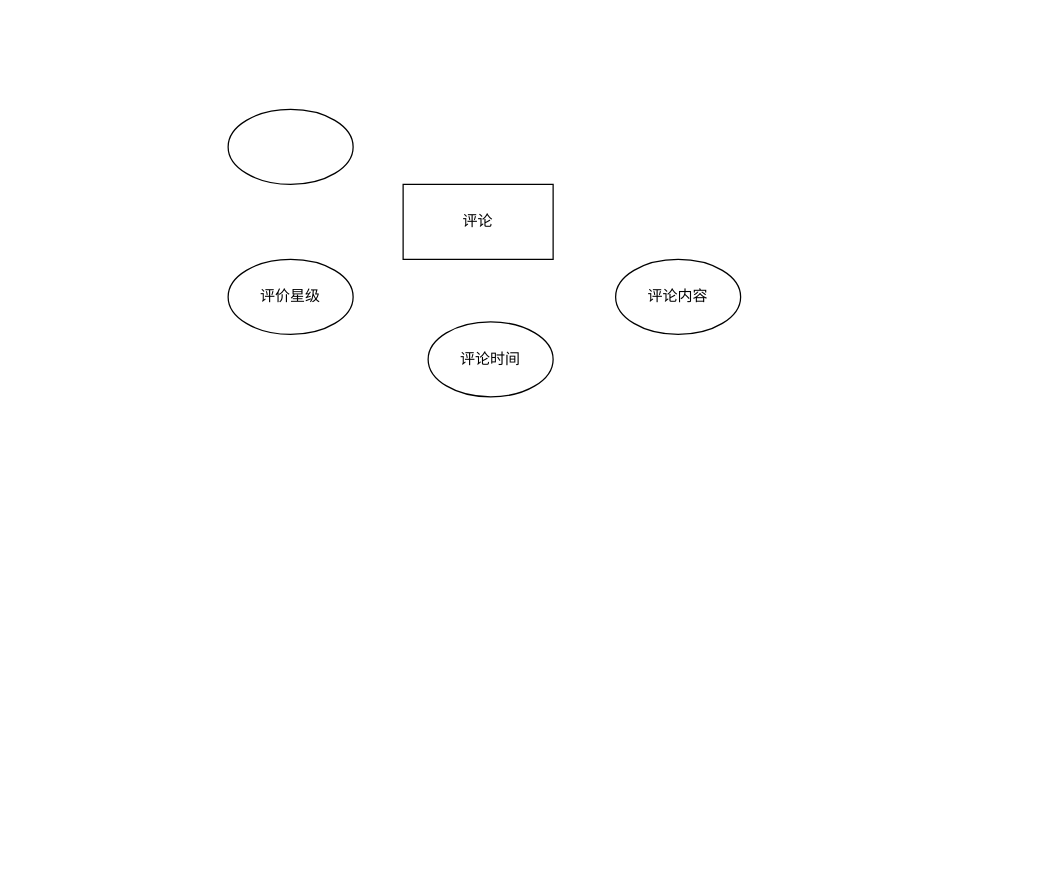
tangbaoabo/drad keeps this draw.io diagram as page "第 1 页" (1 of 3) of 未命名表单.drawio. Above is the earlier version. Source tidied: cells renumbered, new cells numbered last; positions are measured from the earlier drawing's top-left corner, leaving out a move shared by most shapes. Both pictures are drawn from the tidied source at 125%, with x=0, y=0 at pixel (228, 109).
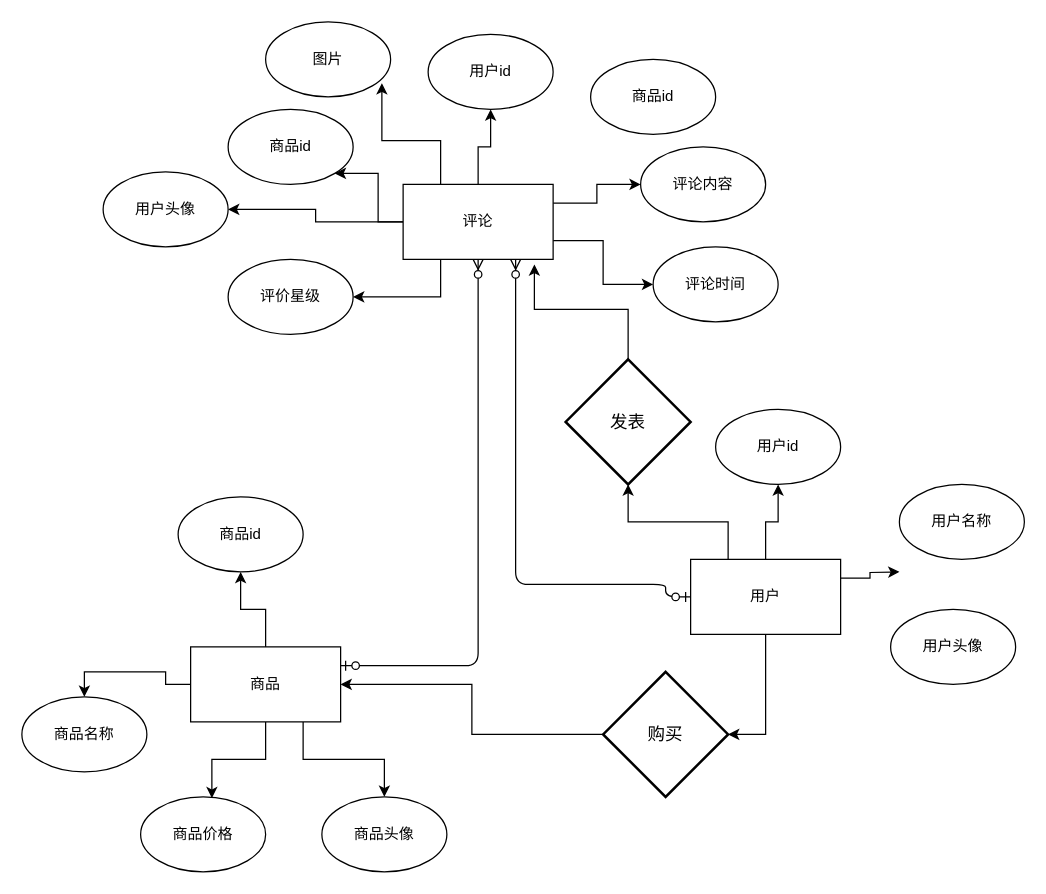
Above is the later version.

Commit message:
更新未命名表单.drawio

The change refers to these unchanged cells:
```xml
<mxCell id="2" value="评论" style="rounded=0;whiteSpace=wrap;html=1;" parent="1" vertex="1">
  <mxGeometry x="140" y="60" width="120" height="60" as="geometry" />
</mxCell>
<mxCell id="5" value="评价星级" style="ellipse;whiteSpace=wrap;html=1;" parent="1" vertex="1">
  <mxGeometry y="120" width="100" height="60" as="geometry" />
</mxCell>
```

What changed in the source:
```diff
@@
+    <mxCell id="7" style="edgeStyle=orthogonalEdgeStyle;rounded=0;jettySize=auto;html=1;exitX=0.5;exitY=0;exitDx=0;exitDy=0;" parent="1" edge="1" source="2" target="14">
+      <mxGeometry relative="1" as="geometry" />
+    </mxCell>
+    <mxCell id="8" style="edgeStyle=orthogonalEdgeStyle;rounded=0;jettySize=auto;html=1;exitX=0;exitY=0.5;exitDx=0;exitDy=0;entryX=1;entryY=1;entryDx=0;entryDy=0;" parent="1" edge="1" source="2" target="6">
+      <mxGeometry relative="1" as="geometry" />
+    </mxCell>
+    <mxCell id="9" style="edgeStyle=orthogonalEdgeStyle;rounded=0;jettySize=auto;html=1;exitX=0.25;exitY=1;exitDx=0;exitDy=0;entryX=1;entryY=0.5;entryDx=0;entryDy=0;" parent="1" edge="1" source="2" target="5">
+      <mxGeometry relative="1" as="geometry" />
+    </mxCell>
+    <mxCell id="10" style="edgeStyle=orthogonalEdgeStyle;rounded=0;jettySize=auto;html=1;exitX=1;exitY=0.75;exitDx=0;exitDy=0;entryX=0;entryY=0.5;entryDx=0;entryDy=0;" parent="1" edge="1" source="2" target="3">
+      <mxGeometry relative="1" as="geometry" />
+    </mxCell>
+    <mxCell id="11" style="edgeStyle=orthogonalEdgeStyle;rounded=0;jettySize=auto;html=1;exitX=1;exitY=0.25;exitDx=0;exitDy=0;entryX=0;entryY=0.5;entryDx=0;entryDy=0;" parent="1" edge="1" source="2" target="4">
+      <mxGeometry relative="1" as="geometry" />
+    </mxCell>
+    <mxCell id="12" style="edgeStyle=orthogonalEdgeStyle;rounded=0;jettySize=auto;html=1;exitX=0;exitY=0.5;exitDx=0;exitDy=0;entryX=1;entryY=0.5;entryDx=0;entryDy=0;" parent="1" edge="1" source="2" target="34">
+      <mxGeometry relative="1" as="geometry" />
+    </mxCell>
+    <mxCell id="13" style="edgeStyle=orthogonalEdgeStyle;rounded=0;jettySize=auto;html=1;exitX=0.25;exitY=0;exitDx=0;exitDy=0;entryX=0.93;entryY=0.817;entryDx=0;entryDy=0;entryPerimeter=0;" parent="1" edge="1" source="2" target="33">
+      <mxGeometry relative="1" as="geometry" />
+    </mxCell>
@@
     <mxCell id="3" value="评论时间" style="ellipse;whiteSpace=wrap;html=1;" parent="1" vertex="1">
-      <mxGeometry x="160" y="170" width="100" height="60" as="geometry" />
+      <mxGeometry x="340" y="110" width="100" height="60" as="geometry" />
     </mxCell>
     <mxCell id="4" value="评论内容" style="ellipse;whiteSpace=wrap;html=1;" parent="1" vertex="1">
-      <mxGeometry x="310" y="120" width="100" height="60" as="geometry" />
+      <mxGeometry x="330" y="30" width="100" height="60" as="geometry" />
     </mxCell>
@@
-    <mxCell id="6" style="ellipse;whiteSpace=wrap;html=1;" parent="1" vertex="1">
+    <mxCell id="6" value="商品id" style="ellipse;whiteSpace=wrap;html=1;" parent="1" vertex="1">
       <mxGeometry width="100" height="60" as="geometry" />
     </mxCell>
+    <mxCell id="14" value="用户id" style="ellipse;whiteSpace=wrap;html=1;" parent="1" vertex="1">
+      <mxGeometry x="160" y="-60" width="100" height="60" as="geometry" />
+    </mxCell>
+    <mxCell id="15" style="edgeStyle=orthogonalEdgeStyle;rounded=0;jettySize=auto;html=1;exitX=0.5;exitY=0;exitDx=0;exitDy=0;entryX=0.5;entryY=1;entryDx=0;entryDy=0;" parent="1" edge="1" source="19" target="20">
+      <mxGeometry relative="1" as="geometry" />
+    </mxCell>
+    <mxCell id="16" style="edgeStyle=orthogonalEdgeStyle;rounded=0;jettySize=auto;html=1;exitX=0;exitY=0.5;exitDx=0;exitDy=0;entryX=0.5;entryY=0;entryDx=0;entryDy=0;" parent="1" edge="1" source="19" target="21">
+      <mxGeometry relative="1" as="geometry" />
+    </mxCell>
+    <mxCell id="17" style="edgeStyle=orthogonalEdgeStyle;rounded=0;jettySize=auto;html=1;exitX=0.5;exitY=1;exitDx=0;exitDy=0;entryX=0.57;entryY=0.017;entryDx=0;entryDy=0;entryPerimeter=0;" parent="1" edge="1" source="19" target="22">
+      <mxGeometry relative="1" as="geometry" />
+    </mxCell>
+    <mxCell id="18" style="edgeStyle=orthogonalEdgeStyle;rounded=0;jettySize=auto;html=1;exitX=0.75;exitY=1;exitDx=0;exitDy=0;entryX=0.5;entryY=0;entryDx=0;entryDy=0;" parent="1" edge="1" source="19" target="23">
+      <mxGeometry relative="1" as="geometry" />
+    </mxCell>
+    <mxCell id="19" value="商品" style="rounded=0;whiteSpace=wrap;html=1;" parent="1" vertex="1">
+      <mxGeometry x="-30" y="430" width="120" height="60" as="geometry" />
+    </mxCell>
+    <mxCell id="20" value="商品id" style="ellipse;whiteSpace=wrap;html=1;" parent="1" vertex="1">
+      <mxGeometry x="-40" y="310" width="100" height="60" as="geometry" />
+    </mxCell>
+    <mxCell id="21" value="商品名称" style="ellipse;whiteSpace=wrap;html=1;" parent="1" vertex="1">
+      <mxGeometry x="-165" y="470" width="100" height="60" as="geometry" />
+    </mxCell>
+    <mxCell id="22" value="商品价格" style="ellipse;whiteSpace=wrap;html=1;" parent="1" vertex="1">
+      <mxGeometry x="-70" y="550" width="100" height="60" as="geometry" />
+    </mxCell>
+    <mxCell id="23" value="商品头像" style="ellipse;whiteSpace=wrap;html=1;" parent="1" vertex="1">
+      <mxGeometry x="75" y="550" width="100" height="60" as="geometry" />
+    </mxCell>
+    <mxCell id="24" style="edgeStyle=orthogonalEdgeStyle;rounded=0;jettySize=auto;html=1;exitX=0.5;exitY=0;exitDx=0;exitDy=0;entryX=0.5;entryY=1;entryDx=0;entryDy=0;" parent="1" edge="1" source="28" target="29">
+      <mxGeometry relative="1" as="geometry" />
+    </mxCell>
+    <mxCell id="25" style="edgeStyle=orthogonalEdgeStyle;rounded=0;jettySize=auto;html=1;exitX=1;exitY=0.25;exitDx=0;exitDy=0;" parent="1" edge="1" source="28">
+      <mxGeometry relative="1" as="geometry">
+        <mxPoint x="537" y="370" as="targetPoint" />
+      </mxGeometry>
+    </mxCell>
+    <mxCell id="26" style="edgeStyle=orthogonalEdgeStyle;rounded=0;jettySize=auto;html=1;exitX=0.5;exitY=1;exitDx=0;exitDy=0;entryX=1;entryY=0.5;entryDx=0;entryDy=0;" parent="1" edge="1" source="28" target="38">
+      <mxGeometry relative="1" as="geometry" />
+    </mxCell>
+    <mxCell id="27" style="edgeStyle=orthogonalEdgeStyle;rounded=0;jettySize=auto;html=1;exitX=0.25;exitY=0;exitDx=0;exitDy=0;entryX=0.5;entryY=1;entryDx=0;entryDy=0;" parent="1" edge="1" source="28" target="40">
+      <mxGeometry relative="1" as="geometry" />
+    </mxCell>
+    <mxCell id="28" value="用户" style="rounded=0;whiteSpace=wrap;html=1;" parent="1" vertex="1">
+      <mxGeometry x="370" y="360" width="120" height="60" as="geometry" />
+    </mxCell>
+    <mxCell id="29" value="用户id" style="ellipse;whiteSpace=wrap;html=1;" parent="1" vertex="1">
+      <mxGeometry x="390" y="240" width="100" height="60" as="geometry" />
+    </mxCell>
+    <mxCell id="30" value="用户名称" style="ellipse;whiteSpace=wrap;html=1;" parent="1" vertex="1">
+      <mxGeometry x="537" y="300" width="100" height="60" as="geometry" />
+    </mxCell>
+    <mxCell id="31" value="用户头像" style="ellipse;whiteSpace=wrap;html=1;" parent="1" vertex="1">
+      <mxGeometry x="530" y="400" width="100" height="60" as="geometry" />
+    </mxCell>
+    <mxCell id="32" value="商品id" style="ellipse;whiteSpace=wrap;html=1;" parent="1" vertex="1">
+      <mxGeometry x="290" y="-40" width="100" height="60" as="geometry" />
+    </mxCell>
+    <mxCell id="33" value="图片" style="ellipse;whiteSpace=wrap;html=1;" parent="1" vertex="1">
+      <mxGeometry x="30" y="-70" width="100" height="60" as="geometry" />
+    </mxCell>
+    <mxCell id="34" value="用户头像" style="ellipse;whiteSpace=wrap;html=1;" parent="1" vertex="1">
+      <mxGeometry x="-100" y="50" width="100" height="60" as="geometry" />
+    </mxCell>
+    <mxCell id="35" style="edgeStyle=orthogonalEdgeStyle;fontSize=12;html=1;endArrow=ERzeroToMany;startArrow=ERzeroToOne;entryX=0.5;entryY=1;entryDx=0;entryDy=0;exitX=1;exitY=0.25;exitDx=0;exitDy=0;" parent="1" edge="1" source="19" target="2">
+      <mxGeometry relative="1" as="geometry" />
+    </mxCell>
+    <mxCell id="36" style="edgeStyle=orthogonalEdgeStyle;fontSize=12;html=1;endArrow=ERzeroToMany;startArrow=ERzeroToOne;entryX=0.75;entryY=1;entryDx=0;entryDy=0;exitX=0;exitY=0.5;exitDx=0;exitDy=0;" parent="1" edge="1" source="28" target="2">
+      <mxGeometry relative="1" as="geometry">
+        <Array as="points">
+          <mxPoint x="350" y="390" />
+          <mxPoint x="350" y="380" />
+          <mxPoint x="230" y="380" />
+        </Array>
+      </mxGeometry>
+    </mxCell>
+    <mxCell id="37" style="edgeStyle=orthogonalEdgeStyle;rounded=0;jettySize=auto;html=1;exitX=0;exitY=0.5;exitDx=0;exitDy=0;entryX=1;entryY=0.5;entryDx=0;entryDy=0;" parent="1" edge="1" source="38" target="19">
+      <mxGeometry relative="1" as="geometry" />
+    </mxCell>
+    <mxCell id="38" value="购买" style="shape=rhombus;strokeWidth=2;fontSize=17;perimeter=rhombusPerimeter;whiteSpace=wrap;html=1;align=center;fontSize=14;" parent="1" vertex="1">
+      <mxGeometry x="300" y="450" width="100" height="100" as="geometry" />
+    </mxCell>
+    <mxCell id="39" style="edgeStyle=orthogonalEdgeStyle;rounded=0;jettySize=auto;html=1;exitX=0.5;exitY=0;exitDx=0;exitDy=0;entryX=0.875;entryY=1.067;entryDx=0;entryDy=0;entryPerimeter=0;" parent="1" edge="1" source="40" target="2">
+      <mxGeometry relative="1" as="geometry" />
+    </mxCell>
+    <mxCell id="40" value="发表" style="shape=rhombus;strokeWidth=2;fontSize=17;perimeter=rhombusPerimeter;whiteSpace=wrap;html=1;align=center;fontSize=14;" parent="1" vertex="1">
+      <mxGeometry x="270" y="200" width="100" height="100" as="geometry" />
+    </mxCell>
```
